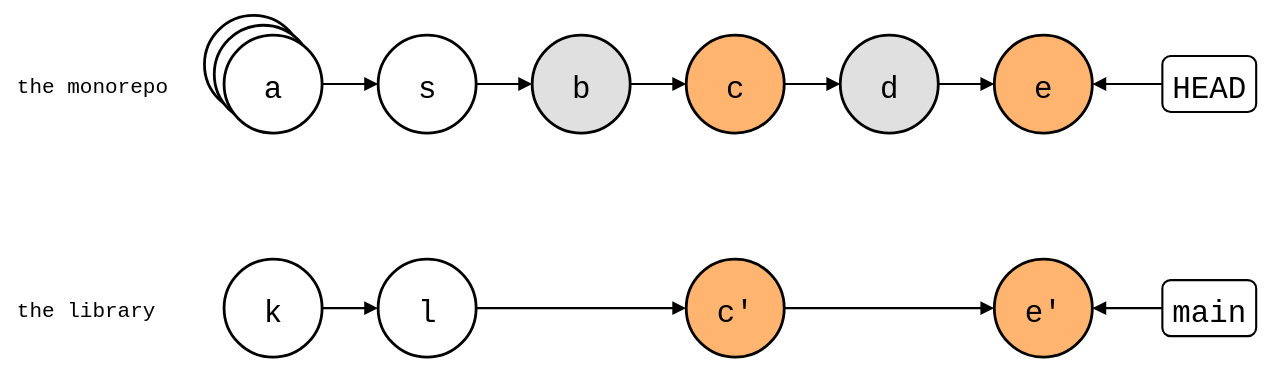
The draw.io diagram test/comparisons/git-subtree-splice.drawio.svg in roschaefer/git-splice, before a commit. Source tidied: cells renumbered, new cells last; positions are measured from the earlier drawing's top-left corner, leaving out a move shared by most shapes.
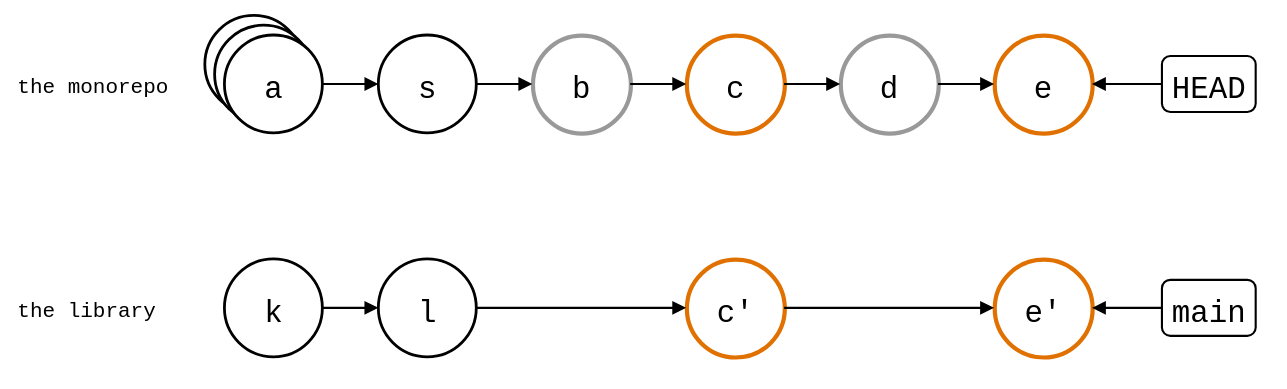
The same file after the commit.

The edit, as a diff of the source:
```diff
@@ -20,16 +20,16 @@
     <mxCell id="7" value="s" style="ellipse;strokeWidth=2;fontSize=22;fontFamily=Roboto Mono,monospace;" parent="1" vertex="1">
       <mxGeometry x="260" y="14" width="70" height="70" as="geometry" />
     </mxCell>
-    <mxCell id="8" value="b" style="ellipse;strokeWidth=2;fontSize=22;fontFamily=Roboto Mono,monospace;fillColor=#E0E0E0;" parent="1" vertex="1">
+    <mxCell id="8" value="b" style="ellipse;fontSize=22;fontFamily=Roboto Mono,monospace;strokeColor=#999999;strokeWidth=3;" parent="1" vertex="1">
       <mxGeometry x="370" y="14" width="70" height="70" as="geometry" />
     </mxCell>
-    <mxCell id="9" value="c" style="ellipse;strokeWidth=2;fontSize=22;fontFamily=Roboto Mono,monospace;fillColor=#FFB570;" parent="1" vertex="1">
+    <mxCell id="9" value="c" style="ellipse;fontSize=22;fontFamily=Roboto Mono,monospace;strokeColor=#E07000;strokeWidth=3;" parent="1" vertex="1">
       <mxGeometry x="480" y="14" width="70" height="70" as="geometry" />
     </mxCell>
-    <mxCell id="10" value="d" style="ellipse;strokeWidth=2;fontSize=22;fontFamily=Roboto Mono,monospace;fillColor=#E0E0E0;" parent="1" vertex="1">
+    <mxCell id="10" value="d" style="ellipse;fontSize=22;fontFamily=Roboto Mono,monospace;strokeColor=#999999;strokeWidth=3;" parent="1" vertex="1">
       <mxGeometry x="590" y="14" width="70" height="70" as="geometry" />
     </mxCell>
-    <mxCell id="11" value="e" style="ellipse;strokeWidth=2;fontSize=22;fontFamily=Roboto Mono,monospace;fillColor=#FFB570;" parent="1" vertex="1">
+    <mxCell id="11" value="e" style="ellipse;fontSize=22;fontFamily=Roboto Mono,monospace;strokeColor=#E07000;strokeWidth=3;" parent="1" vertex="1">
       <mxGeometry x="700" y="14" width="70" height="70" as="geometry" />
     </mxCell>
     <mxCell id="12" value="k" style="ellipse;strokeWidth=2;fontSize=22;fontFamily=Roboto Mono,monospace;" parent="1" vertex="1">
@@ -38,10 +38,10 @@
     <mxCell id="13" value="l" style="ellipse;strokeWidth=2;fontSize=22;fontFamily=Roboto Mono,monospace;" parent="1" vertex="1">
       <mxGeometry x="260" y="174" width="70" height="70" as="geometry" />
     </mxCell>
-    <mxCell id="14" value="c'" style="ellipse;strokeWidth=2;fontSize=22;fontFamily=Roboto Mono,monospace;fillColor=#FFB570;" parent="1" vertex="1">
+    <mxCell id="14" value="c'" style="ellipse;fontSize=22;fontFamily=Roboto Mono,monospace;strokeColor=#E07000;strokeWidth=3;" parent="1" vertex="1">
       <mxGeometry x="480" y="174" width="70" height="70" as="geometry" />
     </mxCell>
-    <mxCell id="15" value="e'" style="ellipse;strokeWidth=2;fontSize=22;fontFamily=Roboto Mono,monospace;fillColor=#FFB570;" parent="1" vertex="1">
+    <mxCell id="15" value="e'" style="ellipse;fontSize=22;fontFamily=Roboto Mono,monospace;strokeColor=#E07000;strokeWidth=3;" parent="1" vertex="1">
       <mxGeometry x="700" y="174" width="70" height="70" as="geometry" />
     </mxCell>
     <mxCell id="16" value="HEAD" style="rounded=1;strokeWidth=1.5;fontSize=22;fontFamily=Roboto Mono,monospace;" parent="1" vertex="1">
```
